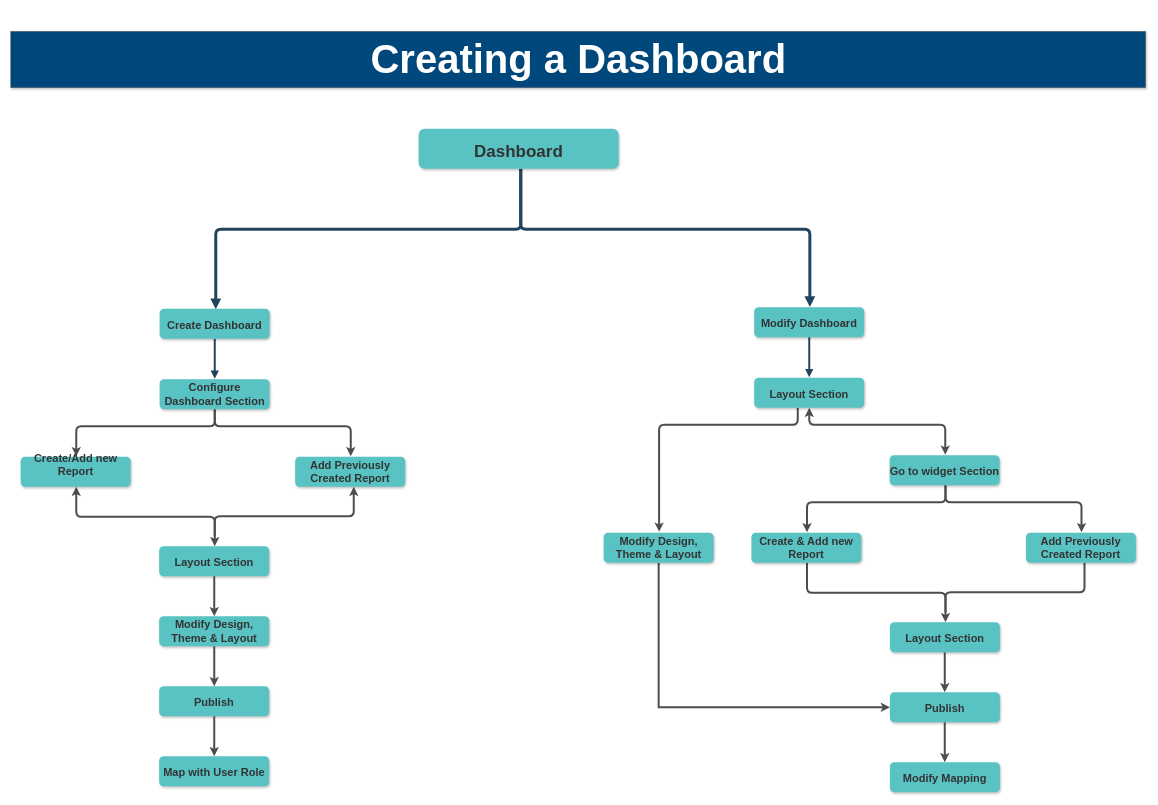
Above: page "Dashboard" (6 of 7) of User her.drawio in Rakholia1842/ERDiagram (draw.io), before the change. Source tidied: cells renumbered, new cells numbered last; positions are measured from the earlier drawing's top-left corner, leaving out a move shared by most shapes. Both pictures are drawn from the tidied source at 50%, with x=0, y=0 at pixel (10, 19).
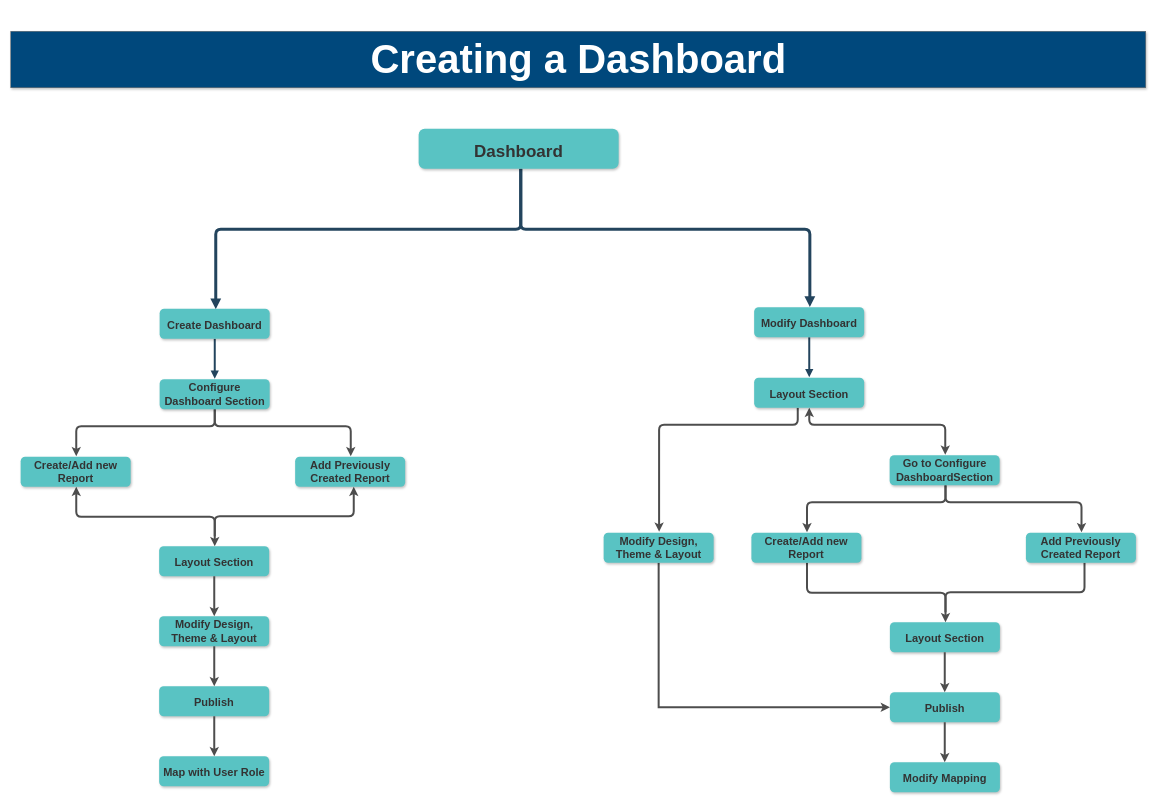
Above is the later version.

Change to the diagram source:
```diff
@@
-    <mxCell id="21" value="Create/Add new Report&#10;" style="rounded=1;fillColor=#59C3C3;strokeColor=none;shadow=1;gradientColor=none;fontStyle=1;fontColor=#333333;fontSize=22;whiteSpace=wrap;" parent="1" vertex="1">
+    <mxCell id="21" value="Create/Add new Report" style="rounded=1;fillColor=#59C3C3;strokeColor=none;shadow=1;gradientColor=none;fontStyle=1;fontColor=#333333;fontSize=22;whiteSpace=wrap;" parent="1" vertex="1">
       <mxGeometry x="19.8" y="875" width="220" height="60" as="geometry" />
     </mxCell>
@@
-    <mxCell id="31" value="Go to widget Section" style="rounded=1;fillColor=#59C3C3;strokeColor=none;shadow=1;gradientColor=none;fontStyle=1;fontColor=#333333;fontSize=22;" parent="1" vertex="1">
+    <mxCell id="31" value="Go to Configure DashboardSection" style="rounded=1;fillColor=#59C3C3;strokeColor=none;shadow=1;gradientColor=none;fontStyle=1;fontColor=#333333;fontSize=22;whiteSpace=wrap;" parent="1" vertex="1">
       <mxGeometry x="1757.8" y="872" width="220" height="60" as="geometry" />
     </mxCell>
-    <mxCell id="32" value="Create &amp; Add new Report" style="rounded=1;fillColor=#59C3C3;strokeColor=none;shadow=1;gradientColor=none;fontStyle=1;fontColor=#333333;fontSize=22;whiteSpace=wrap;" parent="1" vertex="1">
+    <mxCell id="32" value="Create/Add new Report" style="rounded=1;fillColor=#59C3C3;strokeColor=none;shadow=1;gradientColor=none;fontStyle=1;fontColor=#333333;fontSize=22;whiteSpace=wrap;" parent="1" vertex="1">
       <mxGeometry x="1481.3" y="1027" width="220" height="60" as="geometry" />
     </mxCell>
```
